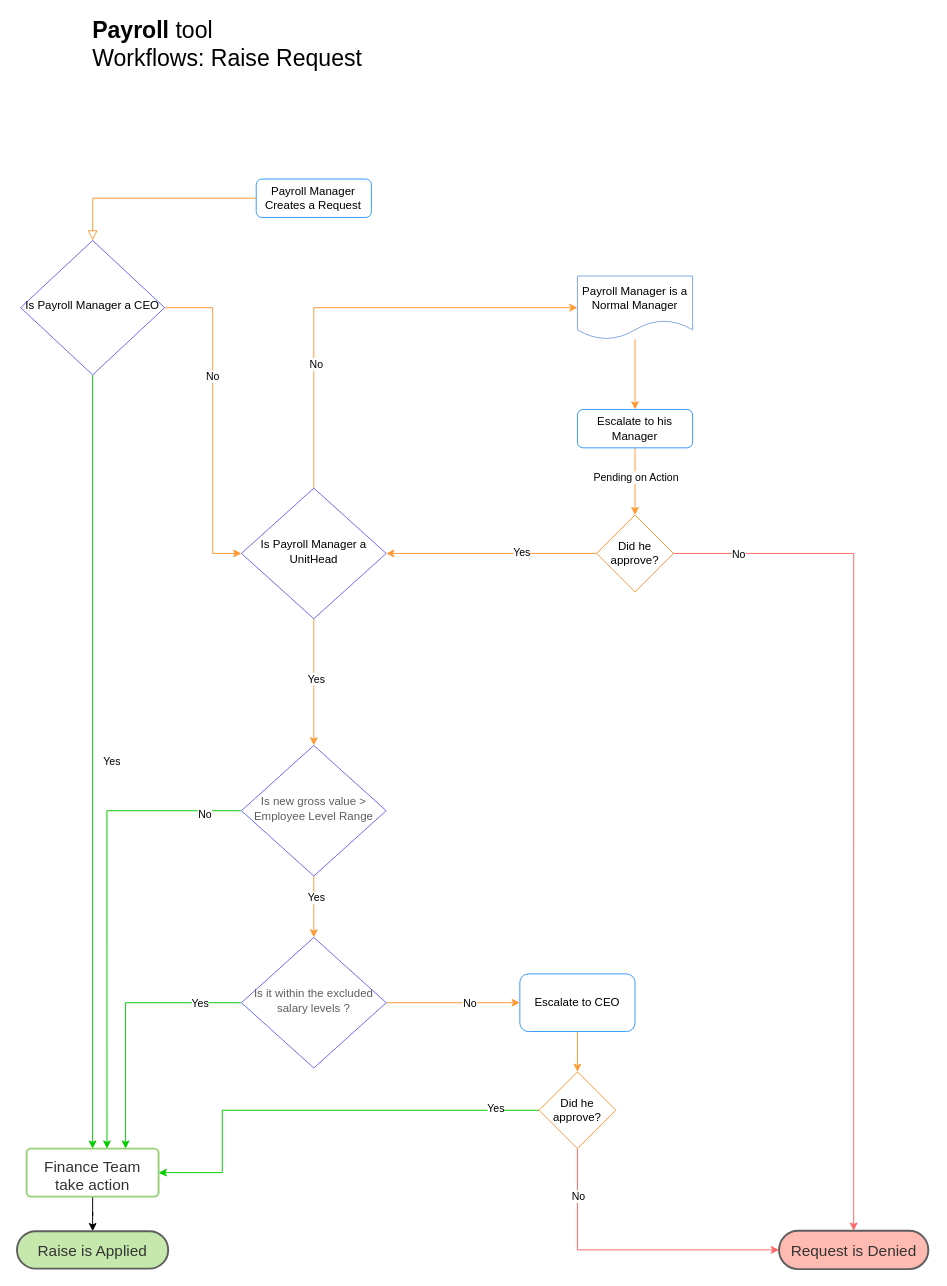
Above: SalaryRaise/Untitled Diagram.drawio in paula-at-flairs/Payroll-Workflows (draw.io), before the change. Source tidied: cells renumbered, new cells numbered last; positions are measured from the earlier drawing's top-left corner, leaving out a move shared by most shapes. Both pictures are drawn from the tidied source at 96%, with x=0, y=0 at pixel (16, 25).
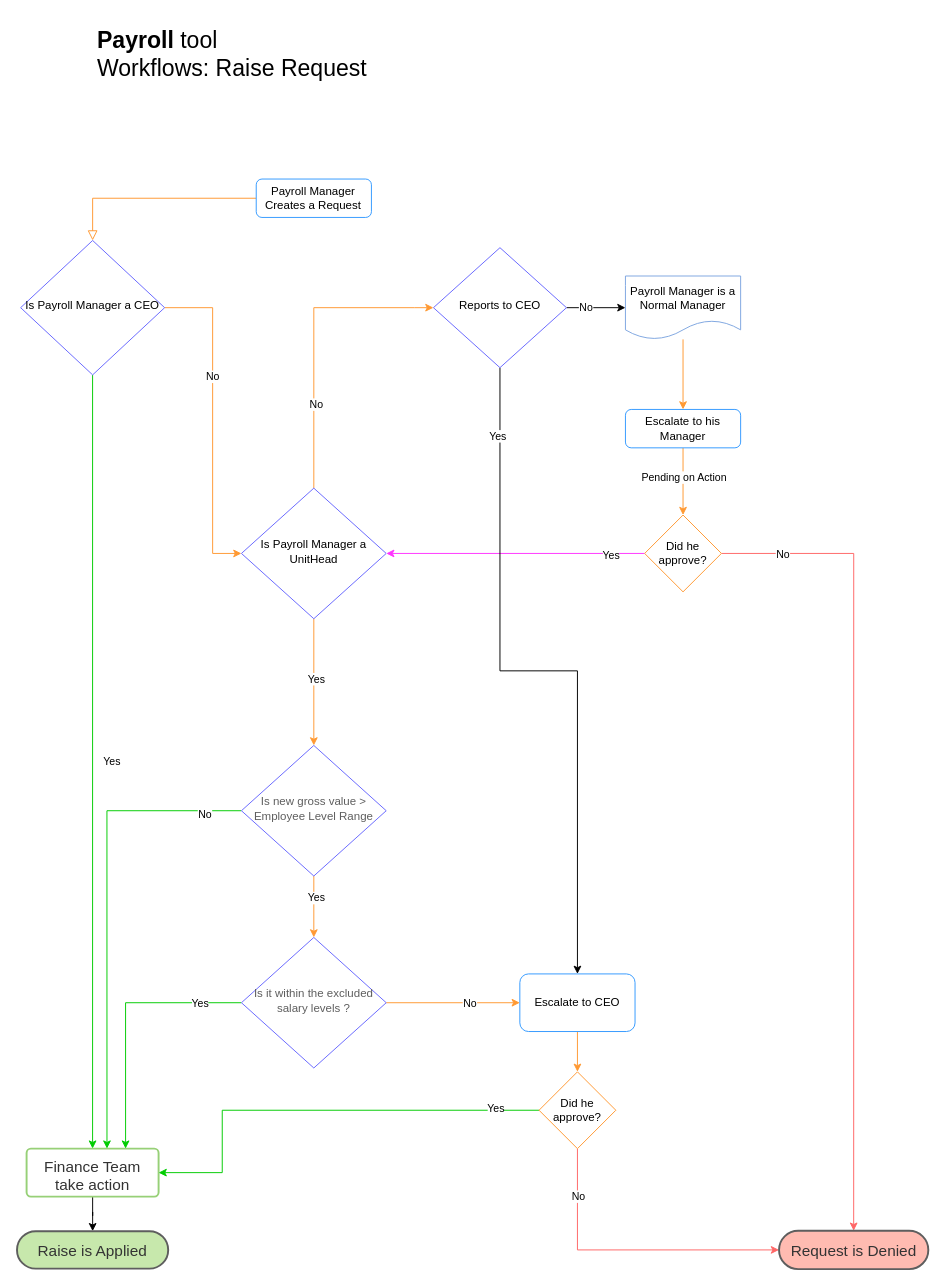
After the change.

Unchanged cells that the change refers to:
```xml
<mxCell id="15" value="Is Payroll Manager a UnitHead" style="rhombus;whiteSpace=wrap;html=1;shadow=0;fontFamily=Helvetica;fontSize=12;align=center;strokeWidth=1;spacing=6;spacingTop=-4;strokeColor=#6666FF;" parent="1" vertex="1">
  <mxGeometry x="234" y="482" width="150.8" height="136" as="geometry" />
</mxCell>
<mxCell id="38" value="Escalate to CEO" style="rounded=1;whiteSpace=wrap;html=1;strokeColor=#3399FF;" parent="1" vertex="1">
  <mxGeometry x="524" y="988" width="120" height="60" as="geometry" />
</mxCell>
```

Diff of the diagram source:
```diff
@@
-    <mxCell id="13" style="edgeStyle=orthogonalEdgeStyle;rounded=0;jettySize=auto;html=1;exitX=0.5;exitY=0;exitDx=0;exitDy=0;strokeColor=#FF9933;" parent="1" edge="1" source="15" target="22">
+    <mxCell id="13" style="edgeStyle=orthogonalEdgeStyle;rounded=0;jettySize=auto;html=1;exitX=0.5;exitY=0;exitDx=0;exitDy=0;strokeColor=#FF9933;entryX=0;entryY=0.5;entryDx=0;entryDy=0;" parent="1" edge="1" source="15" target="50">
       <mxGeometry relative="1" as="geometry">
         <Array as="points">
           <mxPoint x="309" y="294" />
+          <mxPoint x="414" y="294" />
         </Array>
       </mxGeometry>
     </mxCell>
@@
     <mxCell id="22" value="Payroll Manager is a Normal Manager" style="shape=document;whiteSpace=wrap;html=1;boundedLbl=1;strokeColor=#7EA6E0;" parent="1" vertex="1">
-      <mxGeometry x="584" y="261" width="120" height="66" as="geometry" />
+      <mxGeometry x="634" y="261" width="120" height="66" as="geometry" />
     </mxCell>
@@
     <mxCell id="25" value="Escalate to his Manager" style="rounded=1;whiteSpace=wrap;html=1;fontSize=12;glass=0;strokeWidth=1;shadow=0;strokeColor=#3399FF;" parent="1" vertex="1">
-      <mxGeometry x="584" y="400" width="120" height="40" as="geometry" />
+      <mxGeometry x="634" y="400" width="120" height="40" as="geometry" />
     </mxCell>
@@
-    <mxCell id="28" style="edgeStyle=orthogonalEdgeStyle;rounded=0;jettySize=auto;html=1;entryX=1;entryY=0.5;entryDx=0;entryDy=0;strokeColor=#FF9933;" parent="1" edge="1" source="30" target="15">
+    <mxCell id="28" style="edgeStyle=orthogonalEdgeStyle;rounded=0;jettySize=auto;html=1;exitX=0;exitY=0.5;exitDx=0;exitDy=0;entryX=1;entryY=0.5;entryDx=0;entryDy=0;strokeColor=#FF33FF;" parent="1" edge="1" source="30" target="15">
       <mxGeometry relative="1" as="geometry" />
     </mxCell>
-    <mxCell id="29" value="Yes" style="edgeLabel;html=1;align=center;verticalAlign=middle;" parent="28" vertex="1">
-      <mxGeometry x="-0.28" y="-2" relative="1" as="geometry" />
-    </mxCell>
+    <mxCell id="45" value="Yes" style="edgeLabel;html=1;align=center;verticalAlign=middle;" parent="28" vertex="1">
+      <mxGeometry x="-0.73" y="1" relative="1" as="geometry" />
+    </mxCell>
     <mxCell id="30" value="Did he approve?" style="rhombus;whiteSpace=wrap;html=1;strokeColor=#FF9933;" parent="1" vertex="1">
-      <mxGeometry x="604" y="510" width="80" height="80" as="geometry" />
+      <mxGeometry x="654" y="510" width="80" height="80" as="geometry" />
     </mxCell>
@@
     <mxCell id="44" value="&lt;div style=&quot;text-align: left&quot;&gt;&lt;font style=&quot;font-size: 24px&quot;&gt;&lt;b&gt;Payroll &lt;/b&gt;tool&lt;/font&gt;&lt;/div&gt;&lt;font style=&quot;font-size: 24px&quot;&gt;&lt;div style=&quot;text-align: left&quot;&gt;&lt;span&gt;Workflows: Raise Request&lt;/span&gt;&lt;/div&gt;&lt;/font&gt;" style="text;html=1;align=center;verticalAlign=middle;" parent="1" vertex="1">
-      <mxGeometry x="69.4" width="300" height="40" as="geometry" />
+      <mxGeometry x="74" y="10" width="300" height="40" as="geometry" />
     </mxCell>
+    <mxCell id="46" style="edgeStyle=orthogonalEdgeStyle;rounded=0;jettySize=auto;html=1;entryX=0.5;entryY=0;entryDx=0;entryDy=0;" parent="1" edge="1" source="50" target="38">
+      <mxGeometry relative="1" as="geometry" />
+    </mxCell>
+    <mxCell id="47" value="Yes" style="edgeLabel;html=1;align=center;verticalAlign=middle;" parent="46" vertex="1">
+      <mxGeometry x="-0.8" y="-3" relative="1" as="geometry" />
+    </mxCell>
+    <mxCell id="48" style="edgeStyle=orthogonalEdgeStyle;rounded=0;jettySize=auto;html=1;entryX=0;entryY=0.5;entryDx=0;entryDy=0;" parent="1" edge="1" source="50" target="22">
+      <mxGeometry relative="1" as="geometry" />
+    </mxCell>
+    <mxCell id="49" value="No" style="edgeLabel;html=1;align=center;verticalAlign=middle;" parent="48" vertex="1">
+      <mxGeometry x="-0.36" y="1" relative="1" as="geometry" />
+    </mxCell>
+    <mxCell id="50" value="Reports to CEO" style="rhombus;whiteSpace=wrap;html=1;shadow=0;fontFamily=Helvetica;fontSize=12;align=center;strokeWidth=1;spacing=6;spacingTop=-4;strokeColor=#6666FF;" parent="1" vertex="1">
+      <mxGeometry x="434" y="231.5" width="138.6" height="125" as="geometry" />
+    </mxCell>
```
